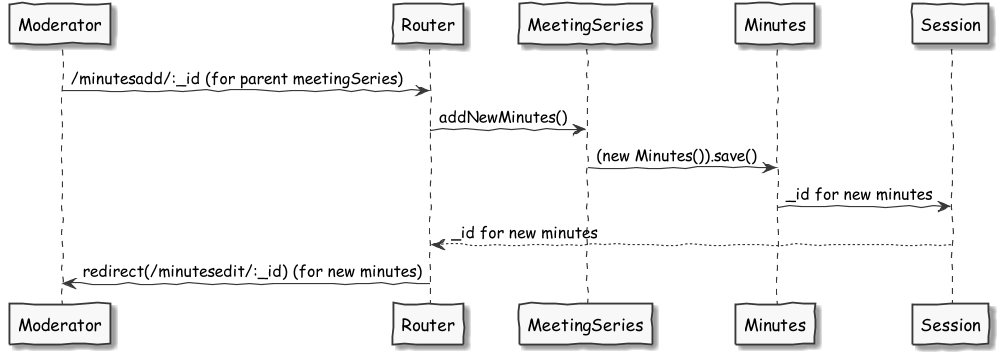
Above: doc/developer/figures/seqMinutesAdd.png in 4minitz/4minitz (PlantUML), before the change.
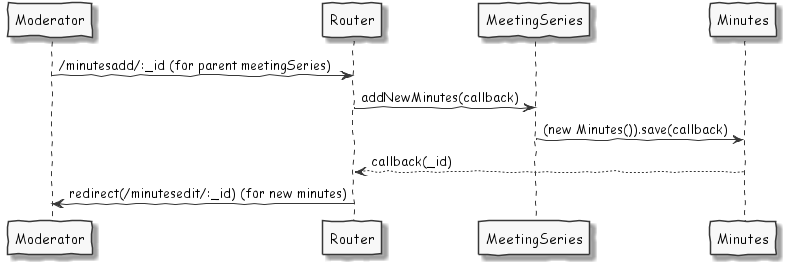
Above is the later version.

Commit message:
Use a callback instead of the session for redirect

The edit, as a diff of the source:
```diff
@@ -6,10 +6,9 @@
 hide circle
 
 Moderator -> Router: /minutesadd/:_id (for parent meetingSeries)
-    Router -> MeetingSeries: addNewMinutes()
-        MeetingSeries -> Minutes: (new Minutes()).save()
-            Minutes -> Session: _id for new minutes
-    Router <-- Session: _id for new minutes
+    Router -> MeetingSeries: addNewMinutes(callback)
+        MeetingSeries -> Minutes: (new Minutes()).save(callback)
+    Router <-- Minutes: callback(_id)
 Moderator <- Router: redirect(/minutesedit/:_id) (for new minutes)
 
 @enduml
```
